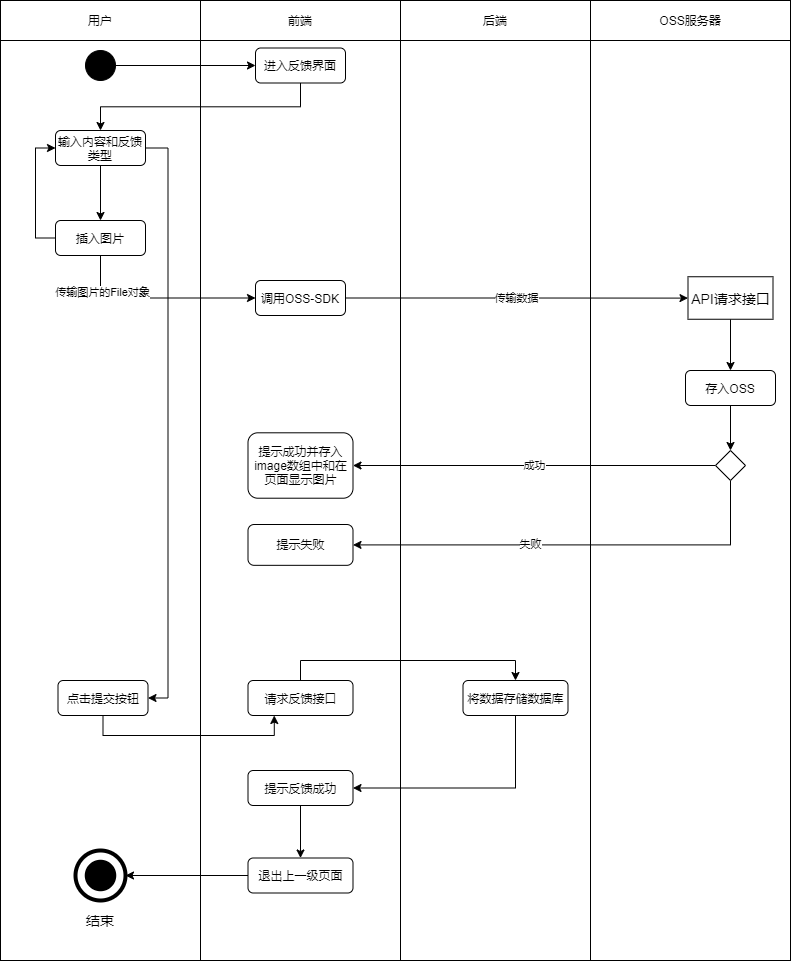
This is user.bbs-feedback.active.drawio.png from Jater0/Graduation, a draw.io export, as it was before one commit. Source tidied: cells renumbered, new cells last; positions are measured from the earlier drawing's top-left corner, leaving out a move shared by most shapes.
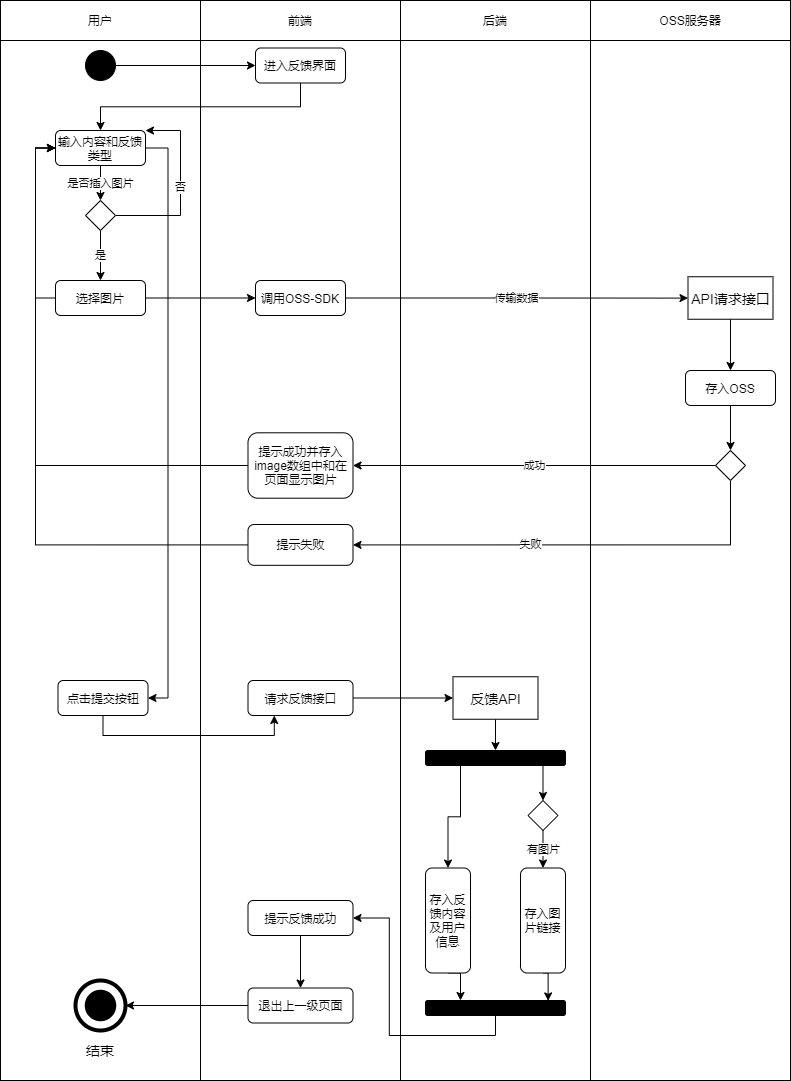
Later version of the same file.

The edit, as a diff of the source:
```diff
@@ -3,13 +3,13 @@
     <mxCell id="0" />
     <mxCell id="1" parent="0" />
     <mxCell id="2" style="rounded=0;whiteSpace=wrap;html=1;" parent="1" vertex="1">
-      <mxGeometry x="400" y="40" width="190" height="920" as="geometry" />
+      <mxGeometry x="400" y="40" width="190" height="1040" as="geometry" />
     </mxCell>
     <mxCell id="3" style="rounded=0;whiteSpace=wrap;html=1;" parent="1" vertex="1">
-      <mxGeometry y="40" width="200" height="920" as="geometry" />
+      <mxGeometry y="40" width="200" height="1040" as="geometry" />
     </mxCell>
     <mxCell id="4" style="rounded=0;whiteSpace=wrap;html=1;" parent="1" vertex="1">
-      <mxGeometry x="200" y="40" width="200" height="920" as="geometry" />
+      <mxGeometry x="200" y="40" width="200" height="1040" as="geometry" />
     </mxCell>
     <mxCell id="5" value="用户" style="rounded=0;whiteSpace=wrap;html=1;" parent="1" vertex="1">
       <mxGeometry width="200" height="40" as="geometry" />
@@ -33,37 +33,31 @@
       <mxGeometry x="255" y="47.5" width="90" height="35" as="geometry" />
     </mxCell>
     <mxCell id="12" style="ellipse;whiteSpace=wrap;html=1;rounded=1;strokeColor=#000000;strokeWidth=4;fillColor=none;gradientColor=none;fontSize=14;" parent="1" vertex="1">
-      <mxGeometry x="75" y="850" width="50" height="50" as="geometry" />
+      <mxGeometry x="75" y="980" width="50" height="50" as="geometry" />
     </mxCell>
     <mxCell id="13" style="ellipse;whiteSpace=wrap;html=1;rounded=1;strokeWidth=4;fontSize=14;fillColor=#000000;" parent="1" vertex="1">
-      <mxGeometry x="86.2" y="861.2" width="27.5" height="27.5" as="geometry" />
+      <mxGeometry x="86.2" y="991.2" width="27.5" height="27.5" as="geometry" />
     </mxCell>
     <mxCell id="14" value="结束" style="text;html=1;strokeColor=none;fillColor=none;align=center;verticalAlign=middle;whiteSpace=wrap;rounded=0;fontSize=14;" parent="1" vertex="1">
-      <mxGeometry x="80" y="910" width="40" height="20" as="geometry" />
+      <mxGeometry x="80" y="1040" width="40" height="20" as="geometry" />
     </mxCell>
-    <mxCell id="15" style="edgeStyle=orthogonalEdgeStyle;rounded=0;jettySize=auto;html=1;exitX=0.5;exitY=1;exitDx=0;exitDy=0;entryX=0.5;entryY=0;entryDx=0;entryDy=0;" parent="1" edge="1" source="17" target="21">
-      <mxGeometry relative="1" as="geometry" />
-    </mxCell>
     <mxCell id="16" style="edgeStyle=orthogonalEdgeStyle;rounded=0;jettySize=auto;html=1;exitX=1;exitY=0.5;exitDx=0;exitDy=0;entryX=1;entryY=0.5;entryDx=0;entryDy=0;" parent="1" edge="1" source="17" target="25">
       <mxGeometry relative="1" as="geometry" />
     </mxCell>
     <mxCell id="17" value="输入内容和反馈类型" style="rounded=1;whiteSpace=wrap;html=1;" parent="1" vertex="1">
       <mxGeometry x="55" y="130" width="90" height="35" as="geometry" />
     </mxCell>
+    <mxCell id="20" style="edgeStyle=orthogonalEdgeStyle;rounded=0;jettySize=auto;html=1;exitX=0;exitY=0.5;exitDx=0;exitDy=0;entryX=0;entryY=0.5;entryDx=0;entryDy=0;" parent="1" edge="1" source="21" target="17">
+      <mxGeometry relative="1" as="geometry" />
+    </mxCell>
-    <mxCell id="18" style="edgeStyle=orthogonalEdgeStyle;rounded=0;jettySize=auto;html=1;exitX=0.5;exitY=1;exitDx=0;exitDy=0;entryX=0;entryY=0.5;entryDx=0;entryDy=0;" parent="1" edge="1" source="21" target="27">
+    <mxCell id="18" style="edgeStyle=orthogonalEdgeStyle;rounded=0;jettySize=auto;html=1;exitX=1;exitY=0.5;exitDx=0;exitDy=0;entryX=0;entryY=0.5;entryDx=0;entryDy=0;" parent="1" edge="1" source="21" target="27">
       <mxGeometry relative="1" as="geometry" />
     </mxCell>
-    <mxCell id="19" value="传输图片的File对象" style="edgeLabel;html=1;align=center;verticalAlign=middle;" parent="18" vertex="1">
-      <mxGeometry x="-0.64" y="1" relative="1" as="geometry" />
-    </mxCell>
-    <mxCell id="20" style="edgeStyle=orthogonalEdgeStyle;rounded=0;jettySize=auto;html=1;exitX=0;exitY=0.5;exitDx=0;exitDy=0;entryX=0;entryY=0.5;entryDx=0;entryDy=0;" parent="1" edge="1" source="21" target="17">
-      <mxGeometry relative="1" as="geometry" />
-    </mxCell>
-    <mxCell id="21" value="插入图片" style="rounded=1;whiteSpace=wrap;html=1;" parent="1" vertex="1">
-      <mxGeometry x="55" y="220" width="90" height="35" as="geometry" />
+    <mxCell id="21" value="选择图片" style="rounded=1;whiteSpace=wrap;html=1;" parent="1" vertex="1">
+      <mxGeometry x="55" y="280" width="90" height="35" as="geometry" />
     </mxCell>
     <mxCell id="22" style="rounded=0;whiteSpace=wrap;html=1;" parent="1" vertex="1">
-      <mxGeometry x="590" y="40" width="200" height="920" as="geometry" />
+      <mxGeometry x="590" y="40" width="200" height="1040" as="geometry" />
     </mxCell>
     <mxCell id="23" value="OSS服务器" style="rounded=0;whiteSpace=wrap;html=1;" parent="1" vertex="1">
       <mxGeometry x="590" width="200" height="40" as="geometry" />
@@ -92,12 +86,15 @@
     <mxCell id="31" value="存入OSS" style="rounded=1;whiteSpace=wrap;html=1;" parent="1" vertex="1">
       <mxGeometry x="685" y="370" width="90" height="35" as="geometry" />
     </mxCell>
+    <mxCell id="45" style="edgeStyle=orthogonalEdgeStyle;rounded=0;jettySize=auto;html=1;exitX=0;exitY=0.5;exitDx=0;exitDy=0;entryX=0;entryY=0.5;entryDx=0;entryDy=0;" parent="1" edge="1" source="32" target="17">
+      <mxGeometry relative="1" as="geometry" />
+    </mxCell>
     <mxCell id="32" value="提示成功并存入image数组中和在页面显示图片" style="rounded=1;whiteSpace=wrap;html=1;" parent="1" vertex="1">
       <mxGeometry x="247.5" y="432.3" width="105" height="65.4" as="geometry" />
     </mxCell>
-    <mxCell id="33" style="edgeStyle=orthogonalEdgeStyle;rounded=0;jettySize=auto;html=1;exitX=0.5;exitY=0;exitDx=0;exitDy=0;entryX=0.5;entryY=0;entryDx=0;entryDy=0;" parent="1" edge="1" source="34" target="40">
-      <mxGeometry relative="1" as="geometry" />
-    </mxCell>
+    <mxCell id="46" style="edgeStyle=orthogonalEdgeStyle;rounded=0;jettySize=auto;html=1;exitX=1;exitY=0.5;exitDx=0;exitDy=0;entryX=0;entryY=0.5;entryDx=0;entryDy=0;" parent="1" edge="1" source="34" target="54">
+      <mxGeometry relative="1" as="geometry" />
+    </mxCell>
     <mxCell id="34" value="请求反馈接口" style="rounded=1;whiteSpace=wrap;html=1;" parent="1" vertex="1">
       <mxGeometry x="247.5" y="680" width="105" height="35" as="geometry" />
     </mxCell>
@@ -110,26 +107,79 @@
     <mxCell id="37" style="rhombus;whiteSpace=wrap;html=1;" parent="1" vertex="1">
       <mxGeometry x="715" y="450" width="30" height="30" as="geometry" />
     </mxCell>
+    <mxCell id="47" style="edgeStyle=orthogonalEdgeStyle;rounded=0;jettySize=auto;html=1;exitX=0;exitY=0.5;exitDx=0;exitDy=0;entryX=0;entryY=0.5;entryDx=0;entryDy=0;" parent="1" edge="1" source="38" target="17">
+      <mxGeometry relative="1" as="geometry" />
+    </mxCell>
     <mxCell id="38" value="提示失败" style="rounded=1;whiteSpace=wrap;html=1;" parent="1" vertex="1">
       <mxGeometry x="247.5" y="524" width="105" height="40.8" as="geometry" />
     </mxCell>
-    <mxCell id="39" style="edgeStyle=orthogonalEdgeStyle;rounded=0;jettySize=auto;html=1;exitX=0.5;exitY=1;exitDx=0;exitDy=0;entryX=1;entryY=0.5;entryDx=0;entryDy=0;" parent="1" edge="1" source="40" target="42">
-      <mxGeometry relative="1" as="geometry" />
-    </mxCell>
+    <mxCell id="48" style="edgeStyle=orthogonalEdgeStyle;rounded=0;jettySize=auto;html=1;exitX=1;exitY=0.5;exitDx=0;exitDy=0;entryX=0.25;entryY=0;entryDx=0;entryDy=0;" parent="1" edge="1" source="40" target="63">
+      <mxGeometry relative="1" as="geometry" />
+    </mxCell>
-    <mxCell id="40" value="将数据存储数据库" style="rounded=1;whiteSpace=wrap;html=1;" parent="1" vertex="1">
-      <mxGeometry x="462.5" y="680" width="105" height="35" as="geometry" />
+    <mxCell id="40" value="存入反馈内容及用户信息" style="rounded=1;whiteSpace=wrap;html=1;direction=south;" parent="1" vertex="1">
+      <mxGeometry x="425" y="867.5" width="45" height="105" as="geometry" />
     </mxCell>
     <mxCell id="41" style="edgeStyle=orthogonalEdgeStyle;rounded=0;jettySize=auto;html=1;exitX=0.5;exitY=1;exitDx=0;exitDy=0;entryX=0.5;entryY=0;entryDx=0;entryDy=0;" parent="1" edge="1" source="42" target="44">
       <mxGeometry relative="1" as="geometry" />
     </mxCell>
     <mxCell id="42" value="提示反馈成功" style="rounded=1;whiteSpace=wrap;html=1;" parent="1" vertex="1">
-      <mxGeometry x="247.5" y="770" width="105" height="35" as="geometry" />
+      <mxGeometry x="247.5" y="900" width="105" height="35" as="geometry" />
     </mxCell>
     <mxCell id="43" style="edgeStyle=orthogonalEdgeStyle;rounded=0;jettySize=auto;html=1;exitX=0;exitY=0.5;exitDx=0;exitDy=0;entryX=1;entryY=0.5;entryDx=0;entryDy=0;" parent="1" edge="1" source="44" target="12">
       <mxGeometry relative="1" as="geometry" />
     </mxCell>
     <mxCell id="44" value="退出上一级页面" style="rounded=1;whiteSpace=wrap;html=1;" parent="1" vertex="1">
-      <mxGeometry x="247.5" y="857.5" width="105" height="35" as="geometry" />
+      <mxGeometry x="247.5" y="987.5" width="105" height="35" as="geometry" />
     </mxCell>
+    <mxCell id="49" value="是否插入图片" style="edgeStyle=orthogonalEdgeStyle;rounded=0;jettySize=auto;html=1;exitX=0.5;exitY=1;exitDx=0;exitDy=0;entryX=0.5;entryY=0;entryDx=0;entryDy=0;" parent="1" edge="1" source="17" target="52">
+      <mxGeometry relative="1" as="geometry" />
+    </mxCell>
+    <mxCell id="50" value="是" style="edgeStyle=orthogonalEdgeStyle;rounded=0;jettySize=auto;html=1;exitX=0.5;exitY=1;exitDx=0;exitDy=0;entryX=0.5;entryY=0;entryDx=0;entryDy=0;" parent="1" edge="1" source="52" target="21">
+      <mxGeometry relative="1" as="geometry" />
+    </mxCell>
+    <mxCell id="51" value="否" style="edgeStyle=orthogonalEdgeStyle;rounded=0;jettySize=auto;html=1;exitX=1;exitY=0.5;exitDx=0;exitDy=0;entryX=1;entryY=0;entryDx=0;entryDy=0;" parent="1" edge="1" source="52" target="17">
+      <mxGeometry relative="1" as="geometry">
+        <Array as="points">
+          <mxPoint x="180" y="215" />
+          <mxPoint x="180" y="130" />
+        </Array>
+      </mxGeometry>
+    </mxCell>
+    <mxCell id="52" style="rhombus;whiteSpace=wrap;html=1;" parent="1" vertex="1">
+      <mxGeometry x="85" y="200" width="30" height="30" as="geometry" />
+    </mxCell>
+    <mxCell id="53" style="edgeStyle=orthogonalEdgeStyle;rounded=0;jettySize=auto;html=1;exitX=0.5;exitY=1;exitDx=0;exitDy=0;entryX=0.5;entryY=0;entryDx=0;entryDy=0;" parent="1" edge="1" source="54" target="59">
+      <mxGeometry relative="1" as="geometry" />
+    </mxCell>
+    <mxCell id="54" value="反馈API" style="rounded=0;whiteSpace=wrap;html=1;fontSize=14;" parent="1" vertex="1">
+      <mxGeometry x="452.5" y="676.2" width="85" height="42.5" as="geometry" />
+    </mxCell>
+    <mxCell id="55" style="edgeStyle=orthogonalEdgeStyle;rounded=0;jettySize=auto;html=1;exitX=1;exitY=0.5;exitDx=0;exitDy=0;entryX=0.876;entryY=0.027;entryDx=0;entryDy=0;entryPerimeter=0;" parent="1" edge="1" source="56" target="63">
+      <mxGeometry relative="1" as="geometry" />
+    </mxCell>
+    <mxCell id="56" value="存入图片链接" style="rounded=1;whiteSpace=wrap;html=1;direction=south;" parent="1" vertex="1">
+      <mxGeometry x="520" y="867.5" width="45" height="105" as="geometry" />
+    </mxCell>
+    <mxCell id="57" style="edgeStyle=orthogonalEdgeStyle;rounded=0;jettySize=auto;html=1;exitX=0.75;exitY=1;exitDx=0;exitDy=0;entryX=0.5;entryY=0;entryDx=0;entryDy=0;" parent="1" edge="1" source="59" target="61">
+      <mxGeometry relative="1" as="geometry" />
+    </mxCell>
+    <mxCell id="58" style="edgeStyle=orthogonalEdgeStyle;rounded=0;jettySize=auto;html=1;exitX=0.25;exitY=1;exitDx=0;exitDy=0;" parent="1" edge="1" source="59" target="40">
+      <mxGeometry relative="1" as="geometry" />
+    </mxCell>
+    <mxCell id="59" style="rounded=1;whiteSpace=wrap;html=1;fillColor=#000000;" parent="1" vertex="1">
+      <mxGeometry x="425" y="750" width="140" height="15" as="geometry" />
+    </mxCell>
+    <mxCell id="60" value="有图片" style="edgeStyle=orthogonalEdgeStyle;rounded=0;jettySize=auto;html=1;exitX=0.5;exitY=1;exitDx=0;exitDy=0;entryX=0;entryY=0.5;entryDx=0;entryDy=0;" parent="1" edge="1" source="61" target="56">
+      <mxGeometry relative="1" as="geometry" />
+    </mxCell>
+    <mxCell id="61" style="rhombus;whiteSpace=wrap;html=1;" parent="1" vertex="1">
+      <mxGeometry x="527.5" y="800" width="30" height="30" as="geometry" />
+    </mxCell>
+    <mxCell id="62" style="edgeStyle=orthogonalEdgeStyle;rounded=0;jettySize=auto;html=1;exitX=0.5;exitY=1;exitDx=0;exitDy=0;entryX=1;entryY=0.5;entryDx=0;entryDy=0;" parent="1" edge="1" source="63" target="42">
+      <mxGeometry relative="1" as="geometry" />
+    </mxCell>
+    <mxCell id="63" style="rounded=1;whiteSpace=wrap;html=1;fillColor=#000000;" parent="1" vertex="1">
+      <mxGeometry x="425" y="1000" width="140" height="15" as="geometry" />
+    </mxCell>
   </root>
 </mxGraphModel>
```
